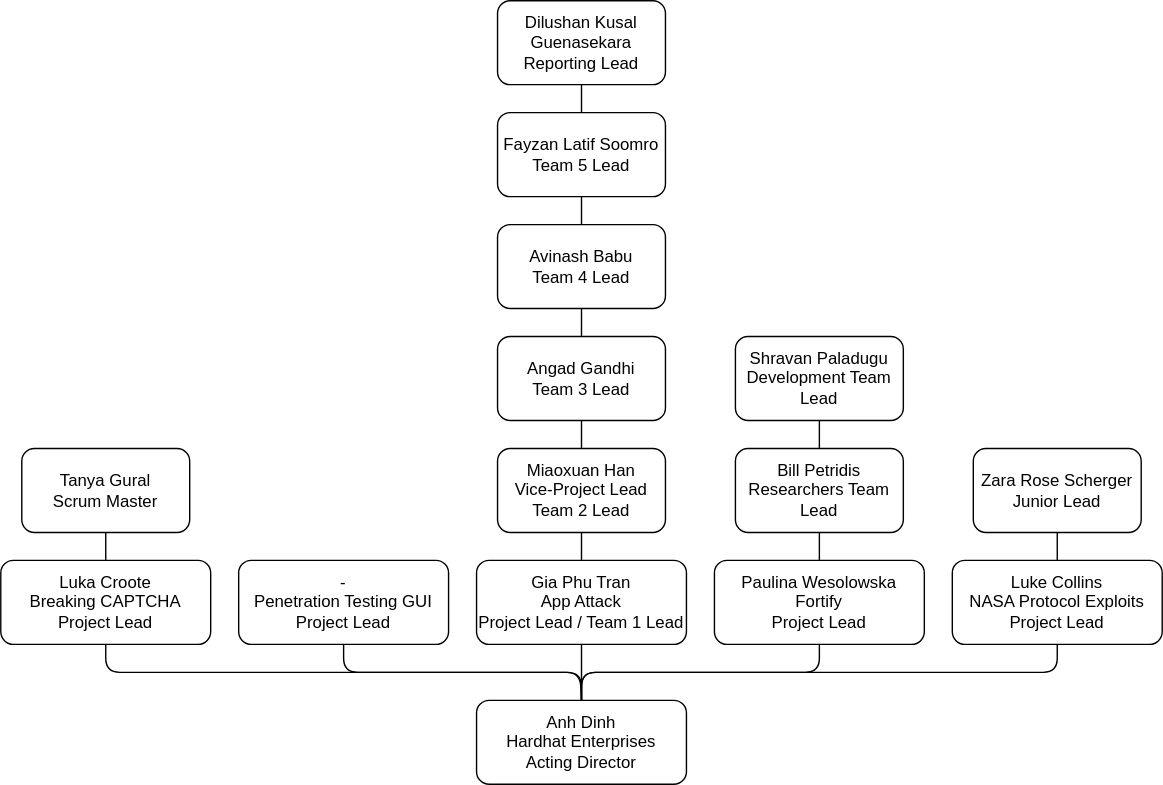
Above: Task 4.1P - Company Progress Report/LeadershipTeam.drawio.svg in lukegcollins/hardhat-company-docs (draw.io), before the change. Source tidied: cells renumbered, new cells last; positions are measured from the earlier drawing's top-left corner, leaving out a move shared by most shapes.
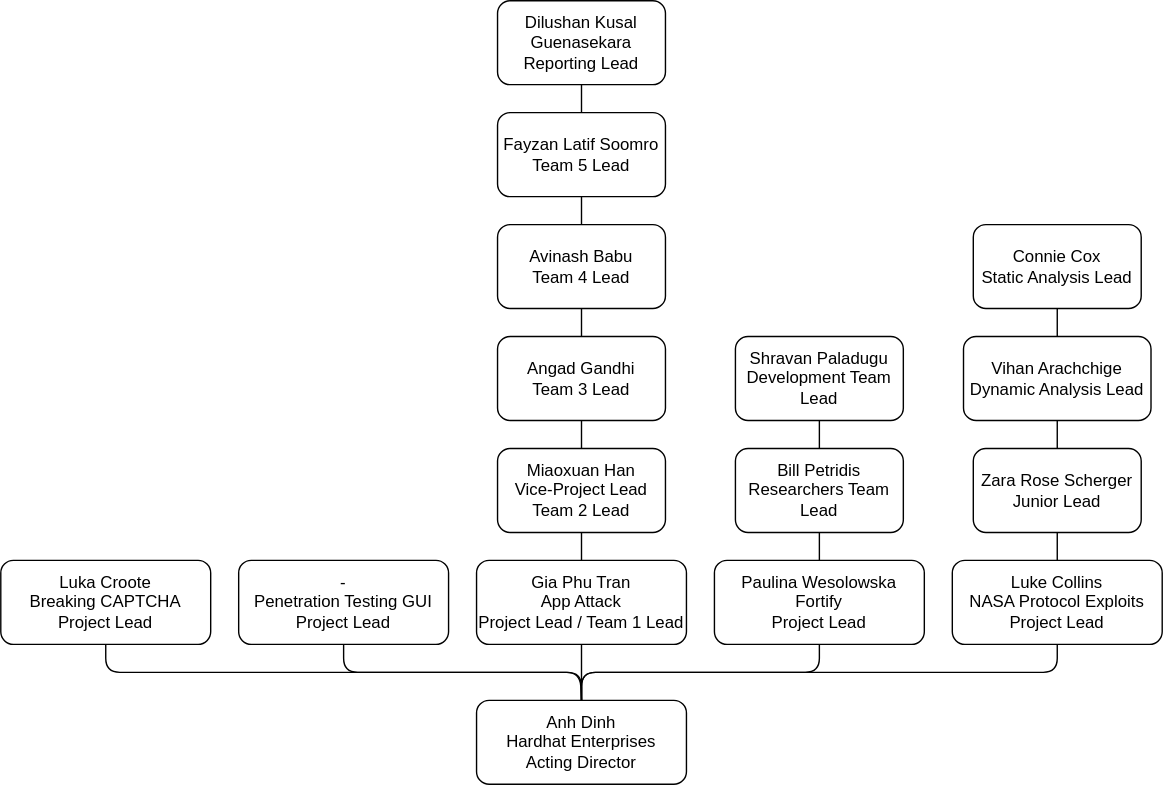
The same file after the commit.

Diff of the diagram source:
```diff
@@ -20,9 +20,6 @@
     <mxCell id="7" value="Gia Phu Tran&lt;br&gt;App Attack&lt;br&gt;Project Lead / Team 1 Lead" style="rounded=1;whiteSpace=wrap;html=1;" parent="1" vertex="1">
       <mxGeometry x="340" y="400" width="150" height="60" as="geometry" />
     </mxCell>
-    <mxCell id="8" value="Tanya Gural&lt;br&gt;Scrum Master" style="rounded=1;whiteSpace=wrap;html=1;" parent="1" vertex="1">
-      <mxGeometry x="15" y="320" width="120" height="60" as="geometry" />
-    </mxCell>
     <mxCell id="9" value="Bill Petridis&lt;br&gt;Researchers Team Lead" style="rounded=1;whiteSpace=wrap;html=1;" parent="1" vertex="1">
       <mxGeometry x="525" y="320" width="120" height="60" as="geometry" />
     </mxCell>
@@ -68,9 +65,6 @@
     <mxCell id="23" style="endArrow=none;html=1;exitX=0.5;exitY=0;exitDx=0;exitDy=0;entryX=0.5;entryY=1;entryDx=0;entryDy=0;" parent="1" edge="1" source="14" target="30">
       <mxGeometry relative="1" as="geometry" />
     </mxCell>
-    <mxCell id="24" style="endArrow=none;html=1;exitX=0.5;exitY=0;exitDx=0;exitDy=0;entryX=0.5;entryY=1;entryDx=0;entryDy=0;" parent="1" edge="1" source="5" target="8">
-      <mxGeometry relative="1" as="geometry" />
-    </mxCell>
     <mxCell id="25" style="endArrow=none;html=1;entryX=0.5;entryY=1;entryDx=0;entryDy=0;exitX=0.5;exitY=0;exitDx=0;exitDy=0;" parent="1" edge="1" source="2" target="5">
       <mxGeometry relative="1" as="geometry">
         <Array as="points">
@@ -109,5 +103,19 @@
     <mxCell id="30" value="Dilushan Kusal Guenasekara&lt;br&gt;Reporting Lead" style="rounded=1;whiteSpace=wrap;html=1;" parent="1" vertex="1">
       <mxGeometry x="355" width="120" height="60" as="geometry" />
     </mxCell>
+    <mxCell id="31" value="Vihan Arachchige&lt;br&gt;Dynamic Analysis Lead" style="rounded=1;whiteSpace=wrap;html=1;" parent="1" vertex="1">
+      <mxGeometry x="688" y="240" width="134" height="60" as="geometry" />
+    </mxCell>
+    <mxCell id="32" value="Connie Cox&lt;br&gt;Static Analysis Lead" style="rounded=1;whiteSpace=wrap;html=1;" parent="1" vertex="1">
+      <mxGeometry x="695" y="160" width="120" height="60" as="geometry" />
+    </mxCell>
+    <mxCell id="33" style="endArrow=none;html=1;exitX=0.5;exitY=0;exitDx=0;exitDy=0;entryX=0.5;entryY=1;entryDx=0;entryDy=0;" parent="1" edge="1" source="10" target="31">
+      <mxGeometry relative="1" as="geometry" />
+    </mxCell>
+    <mxCell id="34" style="endArrow=none;html=1;entryX=0.5;entryY=1;entryDx=0;entryDy=0;" parent="1" edge="1" target="32">
+      <mxGeometry relative="1" as="geometry">
+        <mxPoint x="755" y="240" as="sourcePoint" />
+      </mxGeometry>
+    </mxCell>
   </root>
 </mxGraphModel>
```
